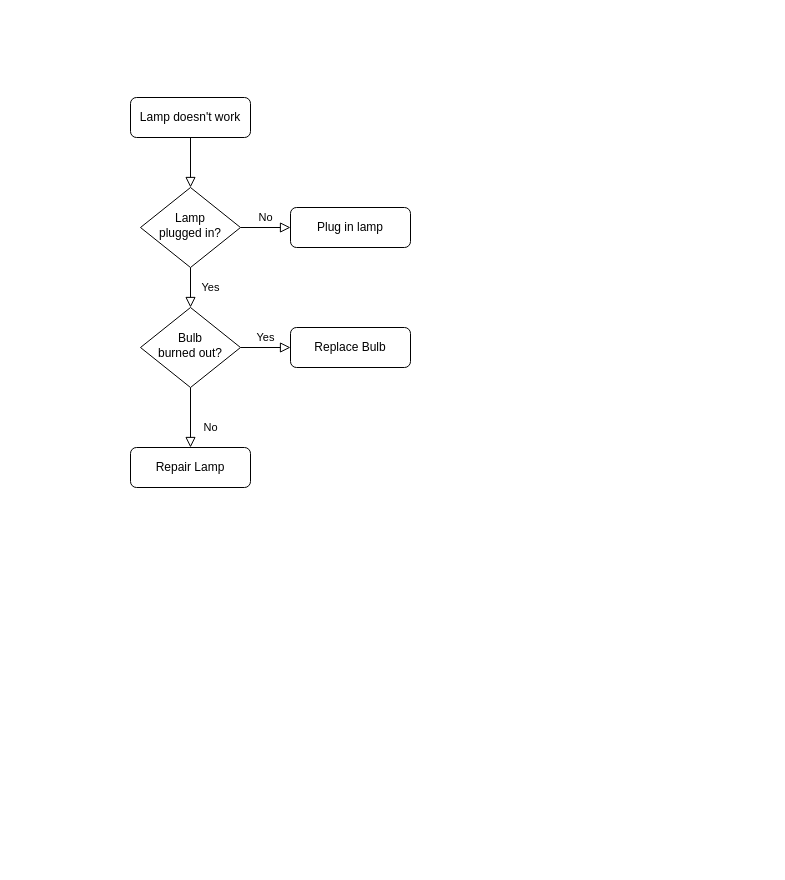
emilysoueu/algoritmos_missoes keeps this draw.io diagram as Class_2_CA.drawio. Above is the earlier version. Source tidied: cells renumbered, new cells numbered last; positions are measured from the earlier drawing's top-left corner, leaving out a move shared by most shapes. Both pictures are drawn from the tidied source at 100%, with x=0, y=0 at pixel (130, 97). Pictures stored in the file or linked from it are replaced by grey dashed boxes.
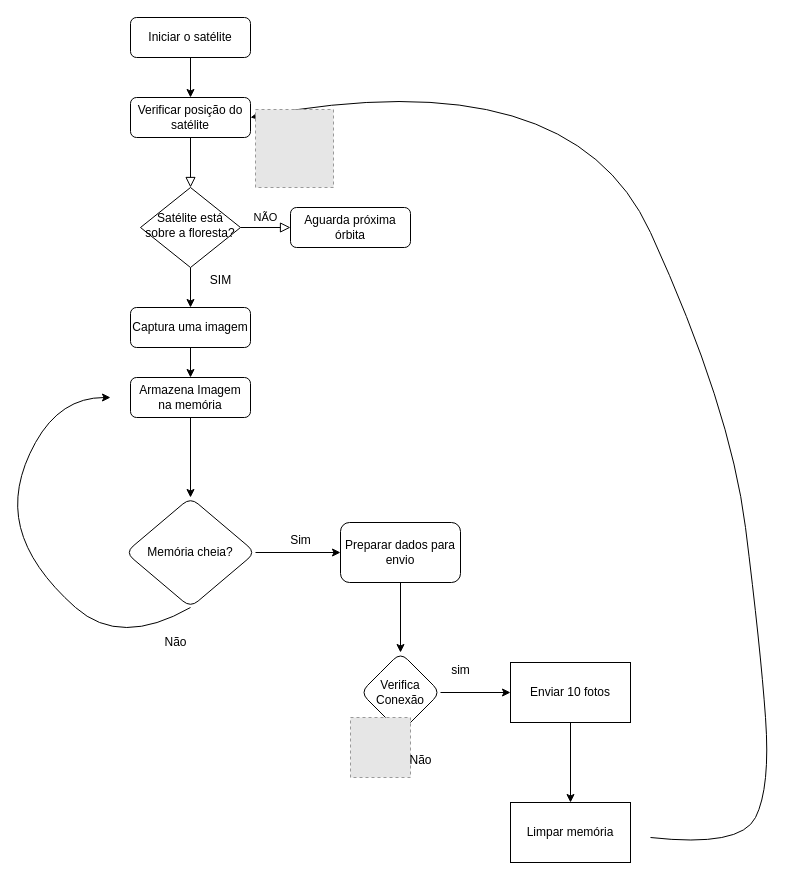
Above is the later version.

What changed in the source:
```diff
@@
-    <mxCell id="3" value="Lamp doesn't work" style="rounded=1;whiteSpace=wrap;html=1;fontSize=12;glass=0;strokeWidth=1;shadow=0;" parent="1" vertex="1">
+    <mxCell id="3" value="Verificar posição do satélite" style="rounded=1;whiteSpace=wrap;html=1;fontSize=12;glass=0;strokeWidth=1;shadow=0;" parent="1" vertex="1">
       <mxGeometry width="120" height="40" as="geometry" />
     </mxCell>
-    <mxCell id="4" value="Yes" style="rounded=0;html=1;jettySize=auto;fontSize=11;endArrow=block;endFill=0;endSize=8;strokeWidth=1;shadow=0;labelBackgroundColor=none;edgeStyle=orthogonalEdgeStyle;" parent="1" edge="1" source="6" target="10">
-      <mxGeometry y="20" relative="1" as="geometry" />
-    </mxCell>
-    <mxCell id="5" value="No" style="edgeStyle=orthogonalEdgeStyle;rounded=0;html=1;jettySize=auto;fontSize=11;endArrow=block;endFill=0;endSize=8;strokeWidth=1;shadow=0;labelBackgroundColor=none;" parent="1" edge="1" source="6" target="7">
+    <mxCell id="5" value="NÃO" style="edgeStyle=orthogonalEdgeStyle;rounded=0;html=1;jettySize=auto;fontSize=11;endArrow=block;endFill=0;endSize=8;strokeWidth=1;shadow=0;labelBackgroundColor=none;" parent="1" edge="1" source="6" target="7">
       <mxGeometry y="10" relative="1" as="geometry" />
     </mxCell>
+    <mxCell id="13" style="edgeStyle=orthogonalEdgeStyle;rounded=0;jettySize=auto;html=1;" parent="1" edge="1" source="6" target="17">
+      <mxGeometry relative="1" as="geometry" />
+    </mxCell>
-    <mxCell id="6" value="Lamp&lt;br&gt;plugged in?" style="rhombus;whiteSpace=wrap;html=1;shadow=0;fontFamily=Helvetica;fontSize=12;align=center;strokeWidth=1;spacing=6;spacingTop=-4;" parent="1" vertex="1">
+    <mxCell id="6" value="Satélite está sobre a floresta?" style="rhombus;whiteSpace=wrap;html=1;shadow=0;fontFamily=Helvetica;fontSize=12;align=center;strokeWidth=1;spacing=6;spacingTop=-4;" parent="1" vertex="1">
       <mxGeometry x="10" y="90" width="100" height="80" as="geometry" />
     </mxCell>
-    <mxCell id="7" value="Plug in lamp" style="rounded=1;whiteSpace=wrap;html=1;fontSize=12;glass=0;strokeWidth=1;shadow=0;" parent="1" vertex="1">
+    <mxCell id="7" value="Aguarda próxima órbita" style="rounded=1;whiteSpace=wrap;html=1;fontSize=12;glass=0;strokeWidth=1;shadow=0;" parent="1" vertex="1">
       <mxGeometry x="160" y="110" width="120" height="40" as="geometry" />
     </mxCell>
-    <mxCell id="8" value="No" style="rounded=0;html=1;jettySize=auto;fontSize=11;endArrow=block;endFill=0;endSize=8;strokeWidth=1;shadow=0;labelBackgroundColor=none;edgeStyle=orthogonalEdgeStyle;" parent="1" edge="1" source="10" target="11">
-      <mxGeometry x="0.33" y="20" relative="1" as="geometry" />
-    </mxCell>
-    <mxCell id="9" value="Yes" style="edgeStyle=orthogonalEdgeStyle;rounded=0;html=1;jettySize=auto;fontSize=11;endArrow=block;endFill=0;endSize=8;strokeWidth=1;shadow=0;labelBackgroundColor=none;" parent="1" edge="1" source="10" target="12">
-      <mxGeometry y="10" relative="1" as="geometry" />
-    </mxCell>
-    <mxCell id="10" value="Bulb&lt;br&gt;burned out?" style="rhombus;whiteSpace=wrap;html=1;shadow=0;fontFamily=Helvetica;fontSize=12;align=center;strokeWidth=1;spacing=6;spacingTop=-4;" parent="1" vertex="1">
-      <mxGeometry x="10" y="210" width="100" height="80" as="geometry" />
-    </mxCell>
-    <mxCell id="11" value="Repair Lamp" style="rounded=1;whiteSpace=wrap;html=1;fontSize=12;glass=0;strokeWidth=1;shadow=0;" parent="1" vertex="1">
-      <mxGeometry y="350" width="120" height="40" as="geometry" />
-    </mxCell>
-    <mxCell id="12" value="Replace Bulb" style="rounded=1;whiteSpace=wrap;html=1;fontSize=12;glass=0;strokeWidth=1;shadow=0;" parent="1" vertex="1">
-      <mxGeometry x="160" y="230" width="120" height="40" as="geometry" />
-    </mxCell>
+    <mxCell id="14" style="edgeStyle=orthogonalEdgeStyle;rounded=0;jettySize=auto;html=1;" parent="1" edge="1" source="15" target="3">
+      <mxGeometry relative="1" as="geometry" />
+    </mxCell>
+    <mxCell id="15" value="Iniciar o satélite" style="rounded=1;whiteSpace=wrap;html=1;fontSize=12;glass=0;strokeWidth=1;shadow=0;" parent="1" vertex="1">
+      <mxGeometry y="-80" width="120" height="40" as="geometry" />
+    </mxCell>
+    <mxCell id="16" style="edgeStyle=orthogonalEdgeStyle;rounded=0;jettySize=auto;html=1;" parent="1" edge="1" source="17" target="20">
+      <mxGeometry relative="1" as="geometry" />
+    </mxCell>
+    <mxCell id="17" value="Captura uma imagem" style="rounded=1;whiteSpace=wrap;html=1;fontSize=12;glass=0;strokeWidth=1;shadow=0;" parent="1" vertex="1">
+      <mxGeometry y="210" width="120" height="40" as="geometry" />
+    </mxCell>
+    <mxCell id="18" value="SIM" style="text;html=1;align=center;verticalAlign=middle;strokeColor=none;fillColor=none;" parent="1" vertex="1">
+      <mxGeometry x="70" y="168" width="40" height="30" as="geometry" />
+    </mxCell>
+    <mxCell id="19" style="edgeStyle=orthogonalEdgeStyle;rounded=0;jettySize=auto;html=1;" parent="1" edge="1" source="20" target="22">
+      <mxGeometry relative="1" as="geometry" />
+    </mxCell>
+    <mxCell id="20" value="Armazena Imagem na memória" style="rounded=1;whiteSpace=wrap;html=1;fontSize=12;glass=0;strokeWidth=1;shadow=0;" parent="1" vertex="1">
+      <mxGeometry y="280" width="120" height="40" as="geometry" />
+    </mxCell>
+    <mxCell id="21" style="edgeStyle=orthogonalEdgeStyle;rounded=0;jettySize=auto;html=1;" parent="1" edge="1" source="22" target="24">
+      <mxGeometry relative="1" as="geometry" />
+    </mxCell>
+    <mxCell id="22" value="Memória cheia?" style="rhombus;whiteSpace=wrap;html=1;rounded=1;glass=0;strokeWidth=1;shadow=0;" parent="1" vertex="1">
+      <mxGeometry x="-5" y="400" width="130" height="110" as="geometry" />
+    </mxCell>
+    <mxCell id="23" style="edgeStyle=orthogonalEdgeStyle;rounded=0;jettySize=auto;html=1;" parent="1" edge="1" source="24" target="29">
+      <mxGeometry relative="1" as="geometry" />
+    </mxCell>
+    <mxCell id="24" value="Preparar dados para envio" style="whiteSpace=wrap;html=1;rounded=1;glass=0;strokeWidth=1;shadow=0;" parent="1" vertex="1">
+      <mxGeometry x="210" y="425" width="120" height="60" as="geometry" />
+    </mxCell>
+    <mxCell id="25" value="Sim" style="text;html=1;align=center;verticalAlign=middle;strokeColor=none;fillColor=none;" parent="1" vertex="1">
+      <mxGeometry x="150" y="428" width="40" height="30" as="geometry" />
+    </mxCell>
+    <mxCell id="26" value="Não" style="text;html=1;align=center;verticalAlign=middle;strokeColor=none;fillColor=none;" parent="1" vertex="1">
+      <mxGeometry x="20" y="530" width="50" height="30" as="geometry" />
+    </mxCell>
+    <mxCell id="27" style="curved=1;endArrow=classic;html=1;rounded=0;exitX=0.5;exitY=1;exitDx=0;exitDy=0;" parent="1" edge="1" source="22">
+      <mxGeometry relative="1" as="geometry">
+        <mxPoint x="-20" y="300" as="targetPoint" />
+        <Array as="points">
+          <mxPoint x="-10" y="550" />
+          <mxPoint x="-100" y="470" />
+          <mxPoint x="-120" y="390" />
+          <mxPoint x="-70" y="300" />
+        </Array>
+      </mxGeometry>
+    </mxCell>
+    <mxCell id="28" style="edgeStyle=orthogonalEdgeStyle;rounded=0;jettySize=auto;html=1;" parent="1" edge="1" source="29" target="31">
+      <mxGeometry relative="1" as="geometry" />
+    </mxCell>
+    <mxCell id="29" value="Verifica Conexão" style="rhombus;whiteSpace=wrap;html=1;rounded=1;glass=0;strokeWidth=1;shadow=0;" parent="1" vertex="1">
+      <mxGeometry x="230" y="555" width="80" height="80" as="geometry" />
+    </mxCell>
+    <mxCell id="30" style="edgeStyle=orthogonalEdgeStyle;rounded=0;jettySize=auto;html=1;" parent="1" edge="1" source="31" target="35">
+      <mxGeometry relative="1" as="geometry" />
+    </mxCell>
+    <mxCell id="31" value="Enviar 10 fotos" style="whiteSpace=wrap;html=1;" parent="1" vertex="1">
+      <mxGeometry x="380" y="565" width="120" height="60" as="geometry" />
+    </mxCell>
+    <mxCell id="32" style="fillColor=#E6E6E6;strokeColor=#999999;dashed=1;html=1;verticalAlign=top;verticalLabelPosition=bottom;labelBackgroundColor=#ffffff;" parent="1" vertex="1">
+      <mxGeometry x="220" y="620" width="60" height="60" as="geometry" />
+    </mxCell>
+    <mxCell id="33" value="sim" style="text;html=1;align=center;verticalAlign=middle;strokeColor=none;fillColor=none;" parent="1" vertex="1">
+      <mxGeometry x="310" y="558" width="40" height="30" as="geometry" />
+    </mxCell>
+    <mxCell id="34" value="Não" style="text;html=1;align=center;verticalAlign=middle;strokeColor=none;fillColor=none;" parent="1" vertex="1">
+      <mxGeometry x="265" y="648" width="50" height="30" as="geometry" />
+    </mxCell>
+    <mxCell id="35" value="Limpar memória" style="whiteSpace=wrap;html=1;" parent="1" vertex="1">
+      <mxGeometry x="380" y="705" width="120" height="60" as="geometry" />
+    </mxCell>
+    <mxCell id="36" style="curved=1;endArrow=classic;html=1;rounded=0;entryX=1;entryY=0.5;entryDx=0;entryDy=0;" parent="1" edge="1" target="3">
+      <mxGeometry relative="1" as="geometry">
+        <mxPoint x="520" y="740" as="sourcePoint" />
+        <Array as="points">
+          <mxPoint x="610" y="750" />
+          <mxPoint x="640" y="690" />
+          <mxPoint x="630" y="550" />
+          <mxPoint x="600" y="310" />
+          <mxPoint x="440" y="-40" />
+        </Array>
+      </mxGeometry>
+    </mxCell>
+    <mxCell id="37" style="fillColor=#E6E6E6;strokeColor=#999999;dashed=1;html=1;verticalAlign=top;verticalLabelPosition=bottom;labelBackgroundColor=#ffffff;" parent="1" vertex="1">
+      <mxGeometry x="125" y="12" width="78" height="78" as="geometry" />
+    </mxCell>
```
